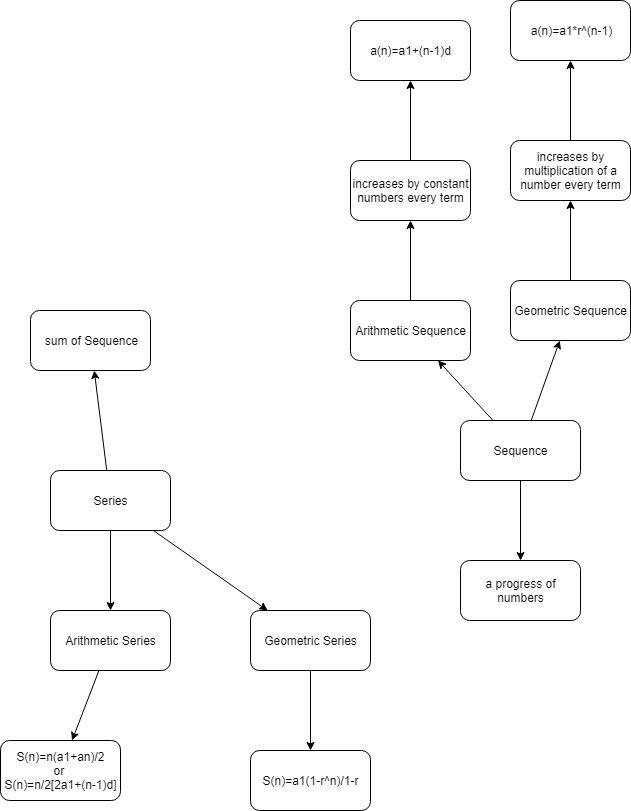
Before: Algebra_Sequence_Overview.PNG, a diagram exported from draw.io (stsiwo/data_structures_and_algorithm). Source tidied: cells renumbered, new cells last; positions are measured from the earlier drawing's top-left corner, leaving out a move shared by most shapes.
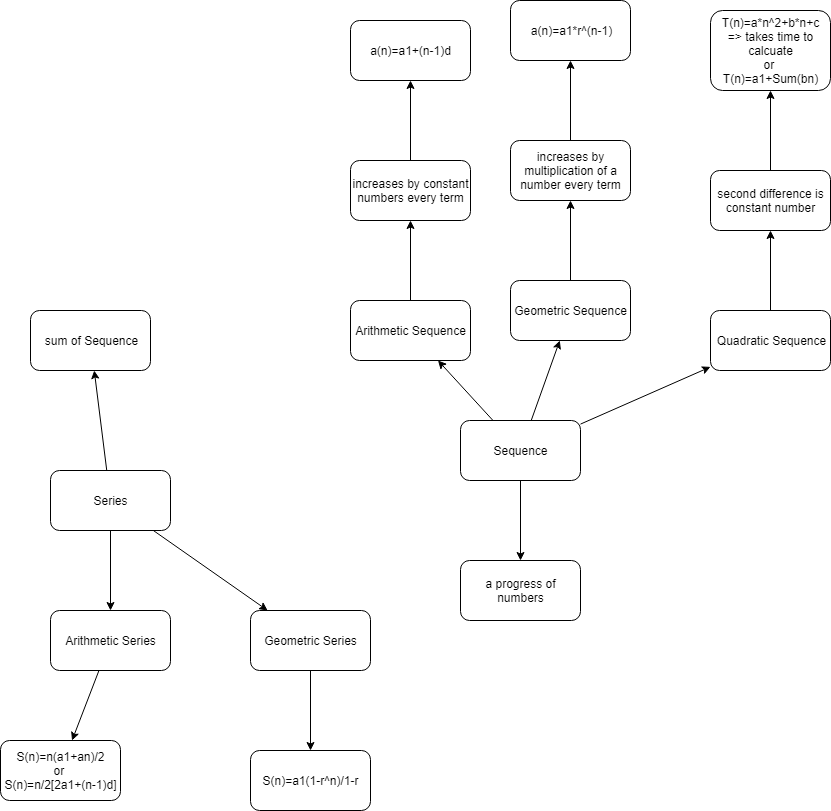
Above is the later version.

Change to the diagram source:
```diff
@@ -11,9 +11,27 @@
     <mxCell id="4" style="edgeStyle=none;rounded=0;jettySize=auto;html=1;" parent="1" edge="1" source="5" target="7">
       <mxGeometry relative="1" as="geometry" />
     </mxCell>
+    <mxCell id="28" style="edgeStyle=none;rounded=0;jettySize=auto;html=1;" parent="1" edge="1" source="5" target="30">
+      <mxGeometry relative="1" as="geometry" />
+    </mxCell>
     <mxCell id="5" value="Sequence" style="rounded=1;whiteSpace=wrap;html=1;" parent="1" vertex="1">
       <mxGeometry x="460" y="420" width="120" height="60" as="geometry" />
     </mxCell>
+    <mxCell id="29" style="edgeStyle=none;rounded=0;jettySize=auto;html=1;" parent="1" edge="1" source="30" target="32">
+      <mxGeometry relative="1" as="geometry" />
+    </mxCell>
+    <mxCell id="30" value="Quadratic Sequence" style="rounded=1;whiteSpace=wrap;html=1;" parent="1" vertex="1">
+      <mxGeometry x="710" y="310" width="120" height="60" as="geometry" />
+    </mxCell>
+    <mxCell id="31" style="edgeStyle=none;rounded=0;jettySize=auto;html=1;" parent="1" edge="1" source="32" target="33">
+      <mxGeometry relative="1" as="geometry" />
+    </mxCell>
+    <mxCell id="32" value="second difference is constant number" style="rounded=1;whiteSpace=wrap;html=1;" parent="1" vertex="1">
+      <mxGeometry x="710" y="170" width="120" height="60" as="geometry" />
+    </mxCell>
+    <mxCell id="33" value="T(n)=a*n^2+b*n+c&lt;br&gt;=&amp;gt; takes time to calcuate&lt;br&gt;or&amp;nbsp;&lt;br&gt;T(n)=a1+Sum(bn)" style="rounded=1;whiteSpace=wrap;html=1;" parent="1" vertex="1">
+      <mxGeometry x="710" y="10" width="120" height="80" as="geometry" />
+    </mxCell>
     <mxCell id="6" style="edgeStyle=none;rounded=0;jettySize=auto;html=1;" parent="1" edge="1" source="7" target="9">
       <mxGeometry relative="1" as="geometry" />
     </mxCell>
```
